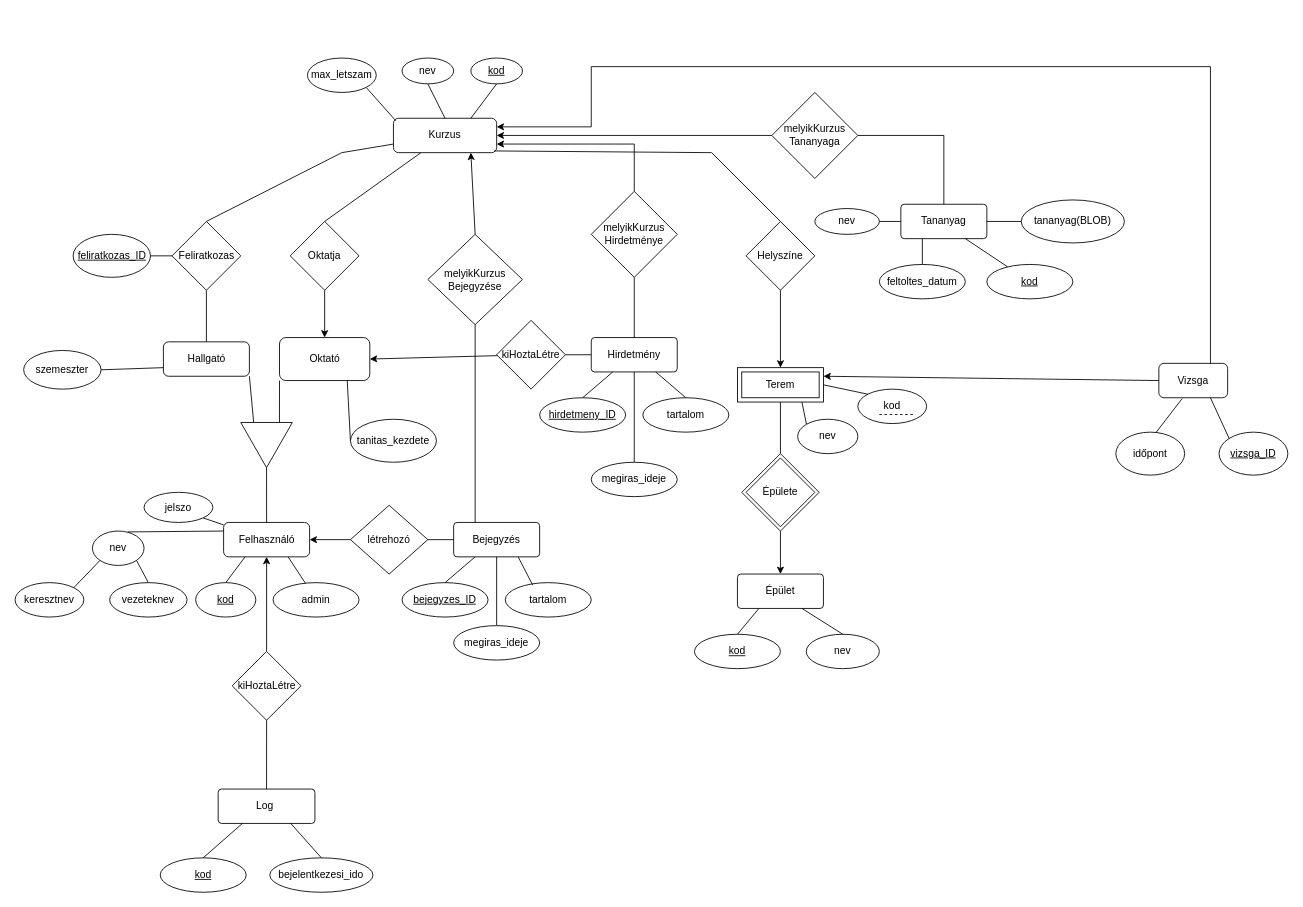
This is docs/EKT/EKT diagram.drawio from HajagosNorbert/SZTE-adatb-alapu-rendszerek, a draw.io file, before an edit. Source tidied: cells renumbered, new cells numbered last; positions are measured from the earlier drawing's top-left corner, leaving out a move shared by most shapes. Both pictures are drawn from the tidied source at 86%, with x=0, y=0 at pixel (15, 58).
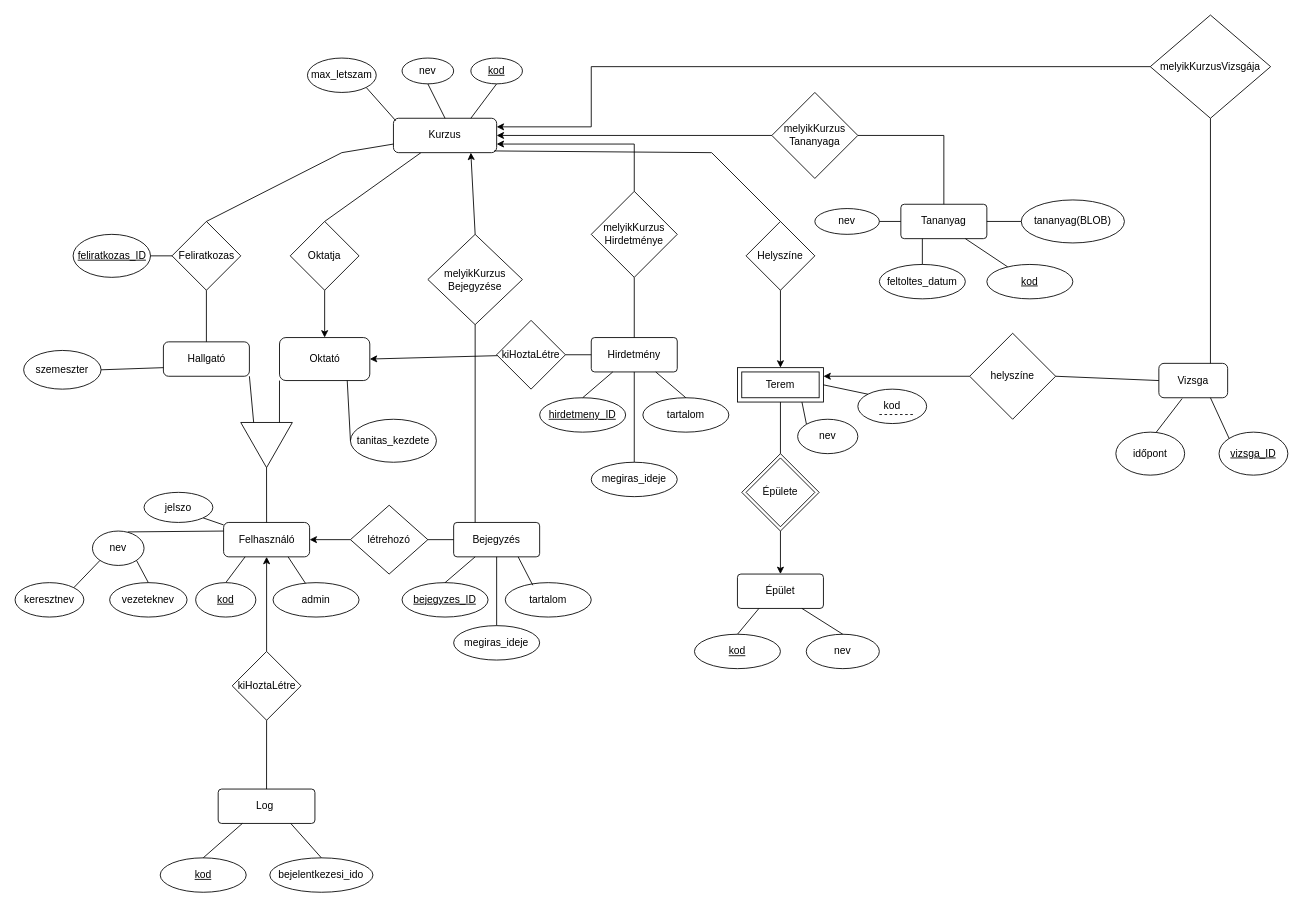
The same diagram, later.

Commit message (it also covers changes not shown here):
EK és ETK símítások

The change refers to these unchanged cells:
```xml
<mxCell id="38" value="Terem" style="shape=ext;margin=3;double=1;whiteSpace=wrap;html=1;align=center;" parent="1" vertex="1">
  <mxGeometry x="840" y="360" width="100" height="40" as="geometry" />
</mxCell>
<mxCell id="94" value="Vizsga" style="rounded=1;whiteSpace=wrap;html=1;" parent="1" vertex="1">
  <mxGeometry x="1330" y="355" width="80" height="40" as="geometry" />
</mxCell>
```

Change to the diagram source:
```diff
@@
-    <mxCell id="109" style="endArrow=none;html=1;rounded=0;entryX=0.75;entryY=0;entryDx=0;entryDy=0;" parent="1" edge="1" target="94">
-      <mxGeometry relative="1" as="geometry">
-        <mxPoint x="1390" y="10" as="sourcePoint" />
-      </mxGeometry>
+    <mxCell id="109" style="endArrow=none;html=1;rounded=0;entryX=0.75;entryY=0;entryDx=0;entryDy=0;exitX=0.5;exitY=1;exitDx=0;exitDy=0;" parent="1" edge="1" source="122" target="94">
+      <mxGeometry relative="1" as="geometry" />
     </mxCell>
-    <mxCell id="110" style="endArrow=none;html=1;rounded=0;" parent="1" edge="1">
+    <mxCell id="110" style="endArrow=none;html=1;rounded=0;entryX=0;entryY=0.5;entryDx=0;entryDy=0;" parent="1" edge="1" target="122">
       <mxGeometry relative="1" as="geometry">
         <mxPoint x="670" y="10" as="sourcePoint" />
-        <mxPoint x="1390" y="10" as="targetPoint" />
       </mxGeometry>
     </mxCell>
@@
-    <mxCell id="117" style="endArrow=classic;html=1;rounded=0;exitX=0;exitY=0.5;exitDx=0;exitDy=0;entryX=1;entryY=0.25;entryDx=0;entryDy=0;" parent="1" edge="1" source="94" target="38">
+    <mxCell id="117" style="endArrow=classic;html=1;rounded=0;exitX=0;exitY=0.5;exitDx=0;exitDy=0;entryX=1;entryY=0.25;entryDx=0;entryDy=0;" parent="1" edge="1" source="120" target="38">
       <mxGeometry relative="1" as="geometry" />
     </mxCell>
@@
+    <mxCell id="120" value="helyszíne" style="rhombus;whiteSpace=wrap;html=1;" parent="1" vertex="1">
+      <mxGeometry x="1110" y="320" width="100" height="100" as="geometry" />
+    </mxCell>
+    <mxCell id="121" style="endArrow=none;html=1;rounded=0;exitX=0;exitY=0.5;exitDx=0;exitDy=0;entryX=1;entryY=0.5;entryDx=0;entryDy=0;" parent="1" edge="1" source="94" target="120">
+      <mxGeometry relative="1" as="geometry" />
+    </mxCell>
+    <mxCell id="122" value="melyikKurzusVizsgája" style="rhombus;whiteSpace=wrap;html=1;" parent="1" vertex="1">
+      <mxGeometry x="1320" y="-50" width="140" height="120" as="geometry" />
+    </mxCell>
```
